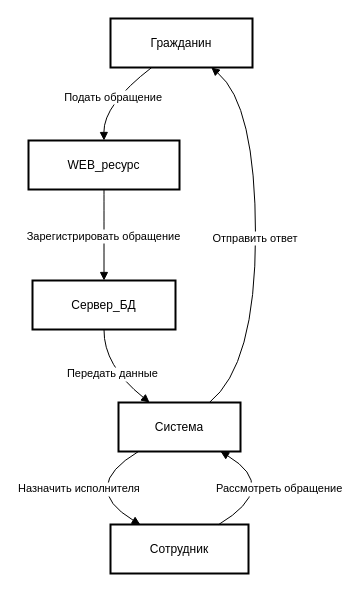
Before: Диаграмма коопераций.drawio in alexej0000/Diagram, a draw.io diagram. Source tidied: cells renumbered, new cells numbered last; positions are measured from the earlier drawing's top-left corner, leaving out a move shared by most shapes. Both pictures are drawn from the tidied source at 100%, with x=0, y=0 at pixel (28, 18).
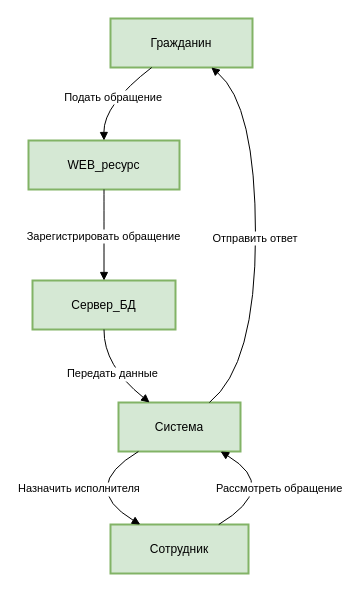
After the change.

Change to the diagram source:
```diff
@@
 <mxGraphModel>
   <root>
     <mxCell id="0" />
     <mxCell id="1" parent="0" />
-    <mxCell id="2" value="Гражданин" style="whiteSpace=wrap;strokeWidth=2;" parent="1" vertex="1">
+    <mxCell id="2" value="Гражданин" style="whiteSpace=wrap;strokeWidth=2;fillColor=#d5e8d4;strokeColor=#82b366;" parent="1" vertex="1">
       <mxGeometry x="82" width="142" height="49" as="geometry" />
     </mxCell>
-    <mxCell id="3" value="WEB_ресурс" style="whiteSpace=wrap;strokeWidth=2;" parent="1" vertex="1">
+    <mxCell id="3" value="WEB_ресурс" style="whiteSpace=wrap;strokeWidth=2;fillColor=#d5e8d4;strokeColor=#82b366;" parent="1" vertex="1">
       <mxGeometry y="122" width="151" height="49" as="geometry" />
     </mxCell>
-    <mxCell id="4" value="Сервер_БД" style="whiteSpace=wrap;strokeWidth=2;" parent="1" vertex="1">
+    <mxCell id="4" value="Сервер_БД" style="whiteSpace=wrap;strokeWidth=2;fillColor=#d5e8d4;strokeColor=#82b366;" parent="1" vertex="1">
       <mxGeometry x="4" y="262" width="143" height="49" as="geometry" />
     </mxCell>
-    <mxCell id="5" value="Система" style="whiteSpace=wrap;strokeWidth=2;" parent="1" vertex="1">
+    <mxCell id="5" value="Система" style="whiteSpace=wrap;strokeWidth=2;fillColor=#d5e8d4;strokeColor=#82b366;" parent="1" vertex="1">
       <mxGeometry x="90" y="384" width="122" height="49" as="geometry" />
     </mxCell>
-    <mxCell id="6" value="Сотрудник" style="whiteSpace=wrap;strokeWidth=2;" parent="1" vertex="1">
+    <mxCell id="6" value="Сотрудник" style="whiteSpace=wrap;strokeWidth=2;fillColor=#d5e8d4;strokeColor=#82b366;" parent="1" vertex="1">
       <mxGeometry x="82" y="506" width="138" height="49" as="geometry" />
     </mxCell>
     <mxCell id="7" value="Подать обращение" style="curved=1;startArrow=none;endArrow=block;exitX=0.29;exitY=1;entryX=0.5;entryY=0;rounded=0;" parent="1" edge="1" source="2" target="3">
       <mxGeometry relative="1" as="geometry">
         <Array as="points">
           <mxPoint x="75" y="86" />
         </Array>
       </mxGeometry>
     </mxCell>
     <mxCell id="8" value="Зарегистрировать обращение" style="curved=1;startArrow=none;endArrow=block;exitX=0.5;exitY=1;entryX=0.5;entryY=-0.01;rounded=0;" parent="1" edge="1" source="3" target="4">
       <mxGeometry relative="1" as="geometry" />
     </mxCell>
     <mxCell id="9" value="Передать данные" style="curved=1;startArrow=none;endArrow=block;exitX=0.5;exitY=0.99;entryX=0.25;entryY=-0.01;rounded=0;" parent="1" edge="1" source="4" target="5">
       <mxGeometry relative="1" as="geometry">
         <Array as="points">
           <mxPoint x="75" y="347" />
         </Array>
       </mxGeometry>
     </mxCell>
     <mxCell id="10" value="Назначить исполнителя" style="curved=1;startArrow=none;endArrow=block;exitX=0.17;exitY=0.99;entryX=0.21;entryY=-0.01;rounded=0;" parent="1" edge="1" source="5" target="6">
       <mxGeometry relative="1" as="geometry">
         <Array as="points">
           <mxPoint x="50" y="469" />
         </Array>
       </mxGeometry>
     </mxCell>
     <mxCell id="11" value="Рассмотреть обращение" style="curved=1;startArrow=none;endArrow=block;exitX=0.79;exitY=-0.01;entryX=0.83;entryY=0.99;rounded=0;" parent="1" edge="1" source="6" target="5">
       <mxGeometry relative="1" as="geometry">
         <Array as="points">
           <mxPoint x="252" y="469" />
         </Array>
       </mxGeometry>
     </mxCell>
     <mxCell id="12" value="Отправить ответ" style="curved=1;startArrow=none;endArrow=block;exitX=0.75;exitY=-0.01;entryX=0.71;entryY=1;rounded=0;" parent="1" edge="1" source="5" target="2">
       <mxGeometry x="-0.01" relative="1" as="geometry">
         <Array as="points">
           <mxPoint x="227" y="347" />
           <mxPoint x="227" y="86" />
         </Array>
       </mxGeometry>
     </mxCell>
   </root>
 </mxGraphModel>
```
